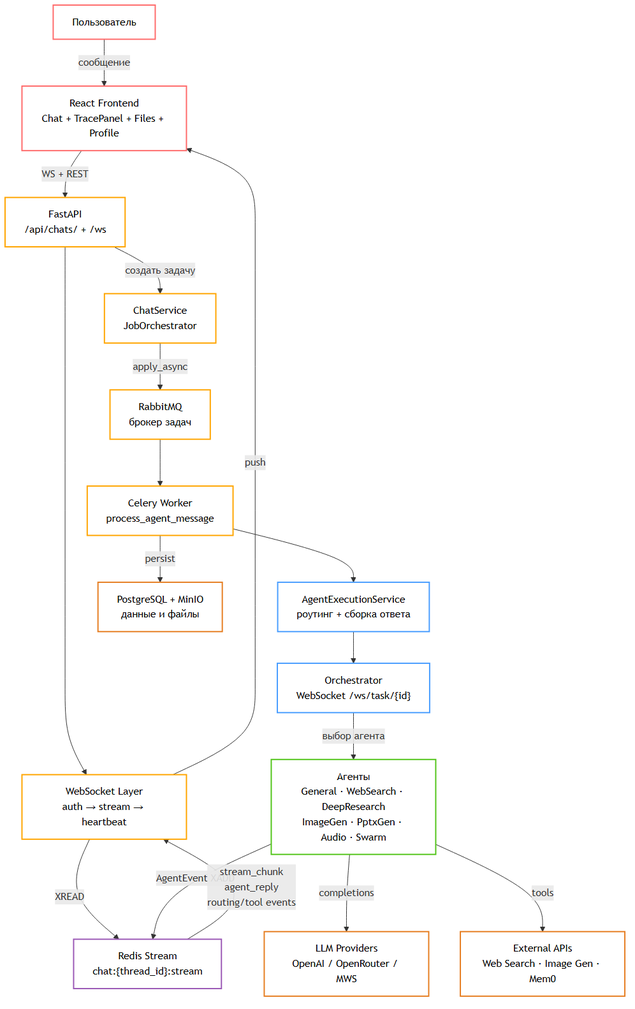
Earlier version of the Mermaid export img/fig_3_7_interface_arch.png (deneal123/AgentsSwarm). Its source is kept beside it as mmd/fig_3_7_interface_arch.mmd. Source of this version:
```mermaid
graph TB
    User["Пользователь"]
    Frontend["React Frontend\nChat + TracePanel + Files + Profile"]

    FastAPI["FastAPI\n/api/chats/ + /ws"]
    WsLayer["WebSocket Layer\nauth → stream → heartbeat"]
    ChatSvc["ChatService\nJobOrchestrator"]
    RabbitMQ["RabbitMQ\nброкер задач"]
    CeleryTask["Celery Worker\nprocess_agent_message"]

    AgentExec["AgentExecutionService\nроутинг + сборка ответа"]
    OrchestratorWS["Orchestrator\nWebSocket /ws/task/{id}"]

    Agents["Агенты\nGeneral · WebSearch · DeepResearch\nImageGen · PptxGen · Audio · Swarm"]
    LLMProviders["LLM Providers\nOpenAI / OpenRouter / MWS"]
    ExternalAPIs["External APIs\nWeb Search · Image Gen · Mem0"]

    RedisStream["Redis Stream\nchat:{thread_id}:stream"]
    Storage["PostgreSQL + MinIO\nданные и файлы"]

    User -->|"сообщение"| Frontend
    Frontend -->|"WS + REST"| FastAPI
    FastAPI --> WsLayer
    FastAPI -->|"создать задачу"| ChatSvc
    ChatSvc -->|"apply_async"| RabbitMQ
    RabbitMQ --> CeleryTask

    WsLayer -->|"XREAD"| RedisStream

    CeleryTask --> AgentExec
    AgentExec --> OrchestratorWS
    OrchestratorWS -->|"выбор агента"| Agents
    Agents -->|"completions"| LLMProviders
    Agents -->|"tools"| ExternalAPIs
    Agents -->|"AgentEvent XADD"| RedisStream

    RedisStream -->|"stream_chunk\nagent_reply\nrouting/tool events"| WsLayer
    WsLayer -->|"push"| Frontend

    CeleryTask -->|"persist"| Storage

    style User fill:none,stroke:#ff6b6b,stroke-width:2px,color:#000
    style Frontend fill:none,stroke:#ff6b6b,stroke-width:2px,color:#000
    style FastAPI fill:none,stroke:#ffa500,stroke-width:2px,color:#000
    style WsLayer fill:none,stroke:#ffa500,stroke-width:2px,color:#000
    style ChatSvc fill:none,stroke:#ffa500,stroke-width:2px,color:#000
    style RabbitMQ fill:none,stroke:#ffa500,stroke-width:2px,color:#000
    style CeleryTask fill:none,stroke:#ffa500,stroke-width:2px,color:#000
    style AgentExec fill:none,stroke:#4a9eff,stroke-width:2px,color:#000
    style OrchestratorWS fill:none,stroke:#4a9eff,stroke-width:2px,color:#000
    style Agents fill:none,stroke:#52c41a,stroke-width:2px,color:#000
    style RedisStream fill:none,stroke:#9b59b6,stroke-width:2px,color:#000
    style LLMProviders fill:none,stroke:#e67e22,stroke-width:2px,color:#000
    style ExternalAPIs fill:none,stroke:#e67e22,stroke-width:2px,color:#000
    style Storage fill:none,stroke:#e67e22,stroke-width:2px,color:#000
```
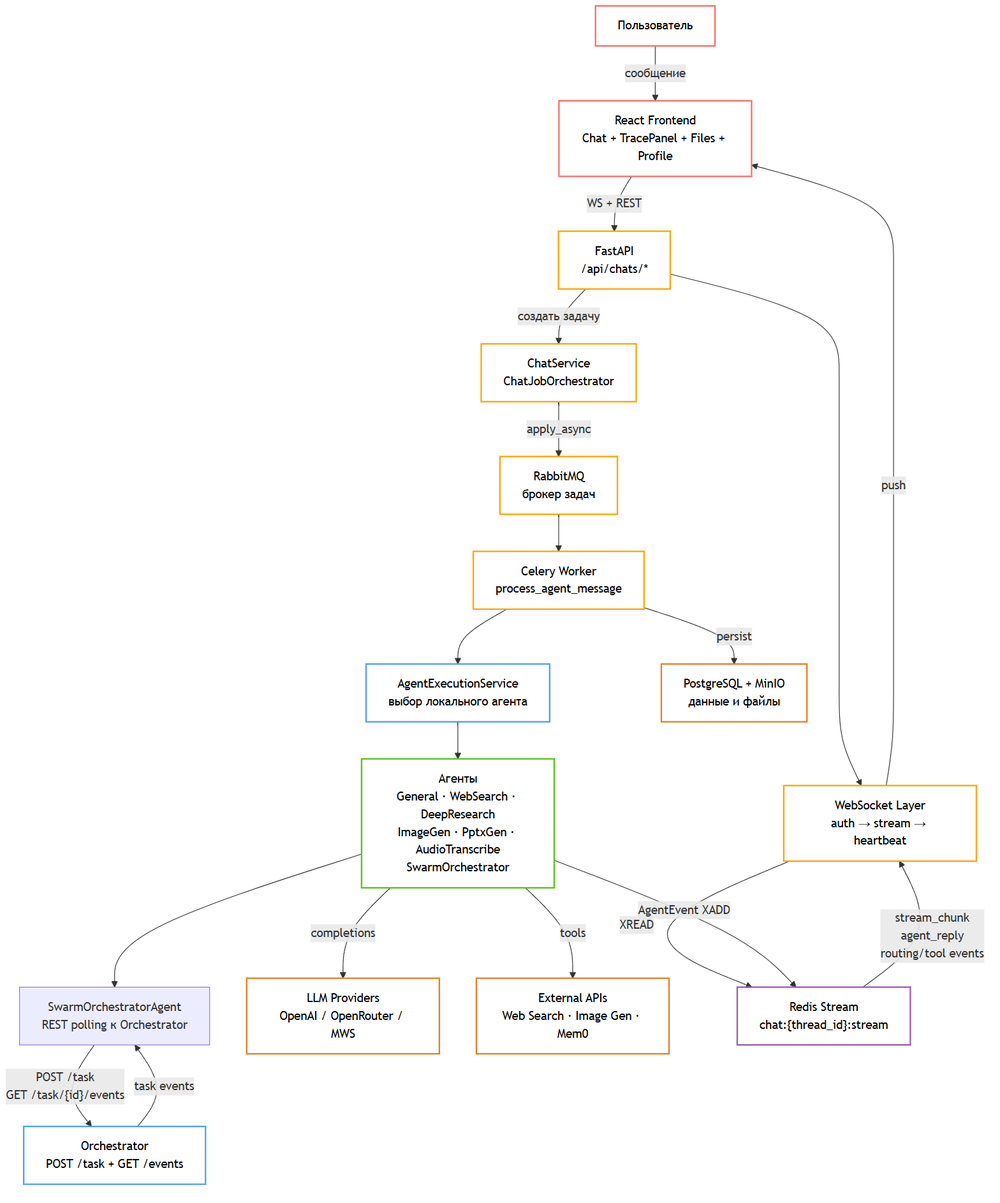
After the change.

Diff of the diagram source:
```diff
@@ -2,16 +2,17 @@
     User["Пользователь"]
     Frontend["React Frontend\nChat + TracePanel + Files + Profile"]
 
-    FastAPI["FastAPI\n/api/chats/ + /ws"]
+    FastAPI["FastAPI\n/api/chats/*"]
     WsLayer["WebSocket Layer\nauth → stream → heartbeat"]
-    ChatSvc["ChatService\nJobOrchestrator"]
+    ChatSvc["ChatService\nChatJobOrchestrator"]
     RabbitMQ["RabbitMQ\nброкер задач"]
     CeleryTask["Celery Worker\nprocess_agent_message"]
 
-    AgentExec["AgentExecutionService\nроутинг + сборка ответа"]
-    OrchestratorWS["Orchestrator\nWebSocket /ws/task/{id}"]
+    AgentExec["AgentExecutionService\nвыбор локального агента"]
+    SwarmAgent["SwarmOrchestratorAgent\nREST polling к Orchestrator"]
+    OrchestratorAPI["Orchestrator\nPOST /task + GET /events"]
 
-    Agents["Агенты\nGeneral · WebSearch · DeepResearch\nImageGen · PptxGen · Audio · Swarm"]
+    Agents["Агенты\nGeneral · WebSearch · DeepResearch\nImageGen · PptxGen · AudioTranscribe\nSwarmOrchestrator"]
     LLMProviders["LLM Providers\nOpenAI / OpenRouter / MWS"]
     ExternalAPIs["External APIs\nWeb Search · Image Gen · Mem0"]
 
@@ -28,10 +29,12 @@
     WsLayer -->|"XREAD"| RedisStream
 
     CeleryTask --> AgentExec
-    AgentExec --> OrchestratorWS
-    OrchestratorWS -->|"выбор агента"| Agents
+    AgentExec --> Agents
+    Agents --> SwarmAgent
+    SwarmAgent -->|"POST /task\nGET /task/{id}/events"| OrchestratorAPI
     Agents -->|"completions"| LLMProviders
     Agents -->|"tools"| ExternalAPIs
+    OrchestratorAPI -->|"task events"| SwarmAgent
     Agents -->|"AgentEvent XADD"| RedisStream
 
     RedisStream -->|"stream_chunk\nagent_reply\nrouting/tool events"| WsLayer
@@ -47,7 +50,7 @@
     style RabbitMQ fill:none,stroke:#ffa500,stroke-width:2px,color:#000
     style CeleryTask fill:none,stroke:#ffa500,stroke-width:2px,color:#000
     style AgentExec fill:none,stroke:#4a9eff,stroke-width:2px,color:#000
-    style OrchestratorWS fill:none,stroke:#4a9eff,stroke-width:2px,color:#000
+    style OrchestratorAPI fill:none,stroke:#4a9eff,stroke-width:2px,color:#000
     style Agents fill:none,stroke:#52c41a,stroke-width:2px,color:#000
     style RedisStream fill:none,stroke:#9b59b6,stroke-width:2px,color:#000
     style LLMProviders fill:none,stroke:#e67e22,stroke-width:2px,color:#000
```
